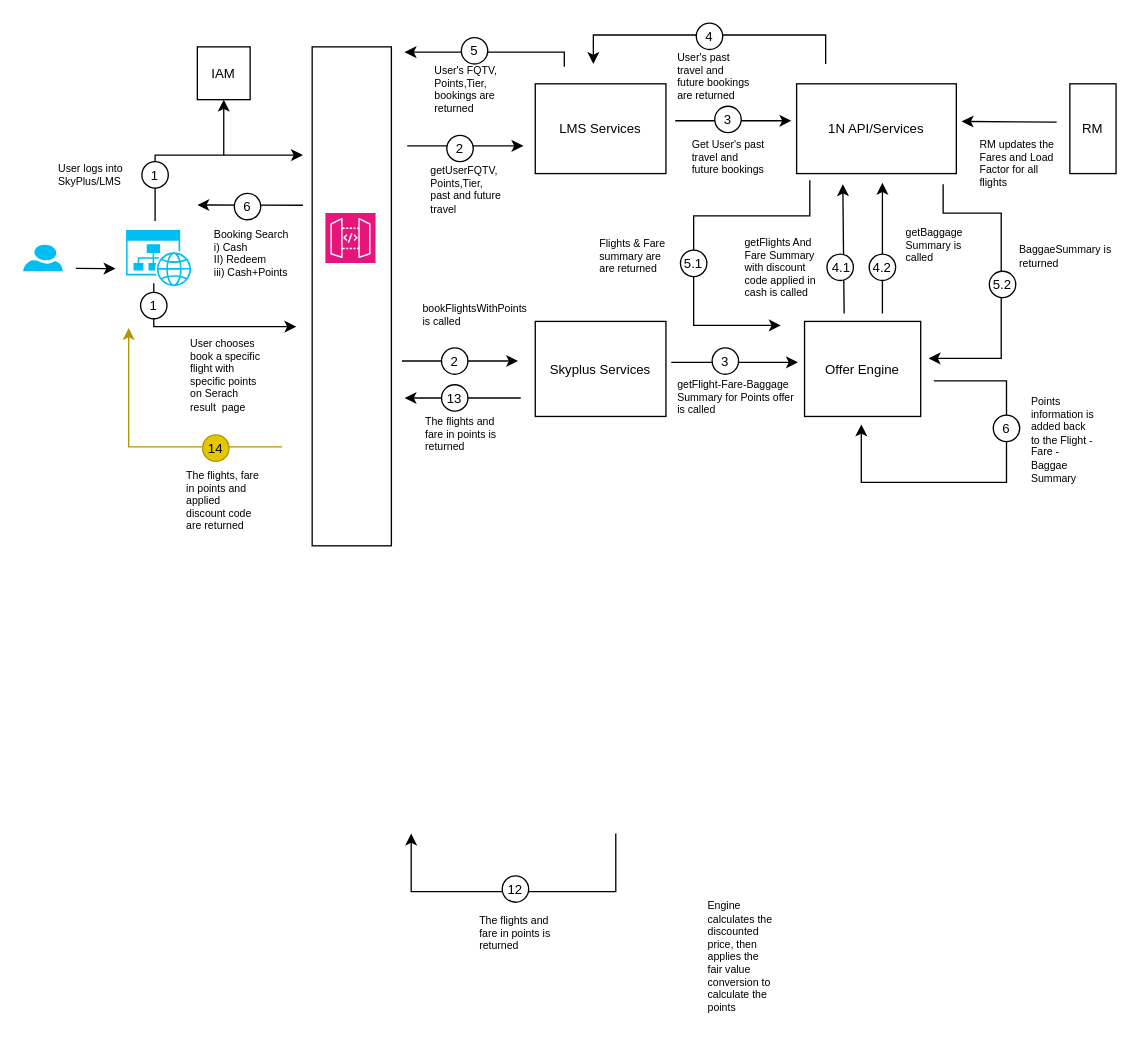
Earlier version of the draw.io diagram page "Page-2" (2 of 2) of Copy of LM Data Flow.drawio (nchauhan4/drawings). Source tidied: cells renumbered, new cells numbered last; positions are measured from the earlier drawing's top-left corner, leaving out a move shared by most shapes. Both pictures are drawn from the tidied source at 132%, with x=0, y=0 at pixel (22, 22).
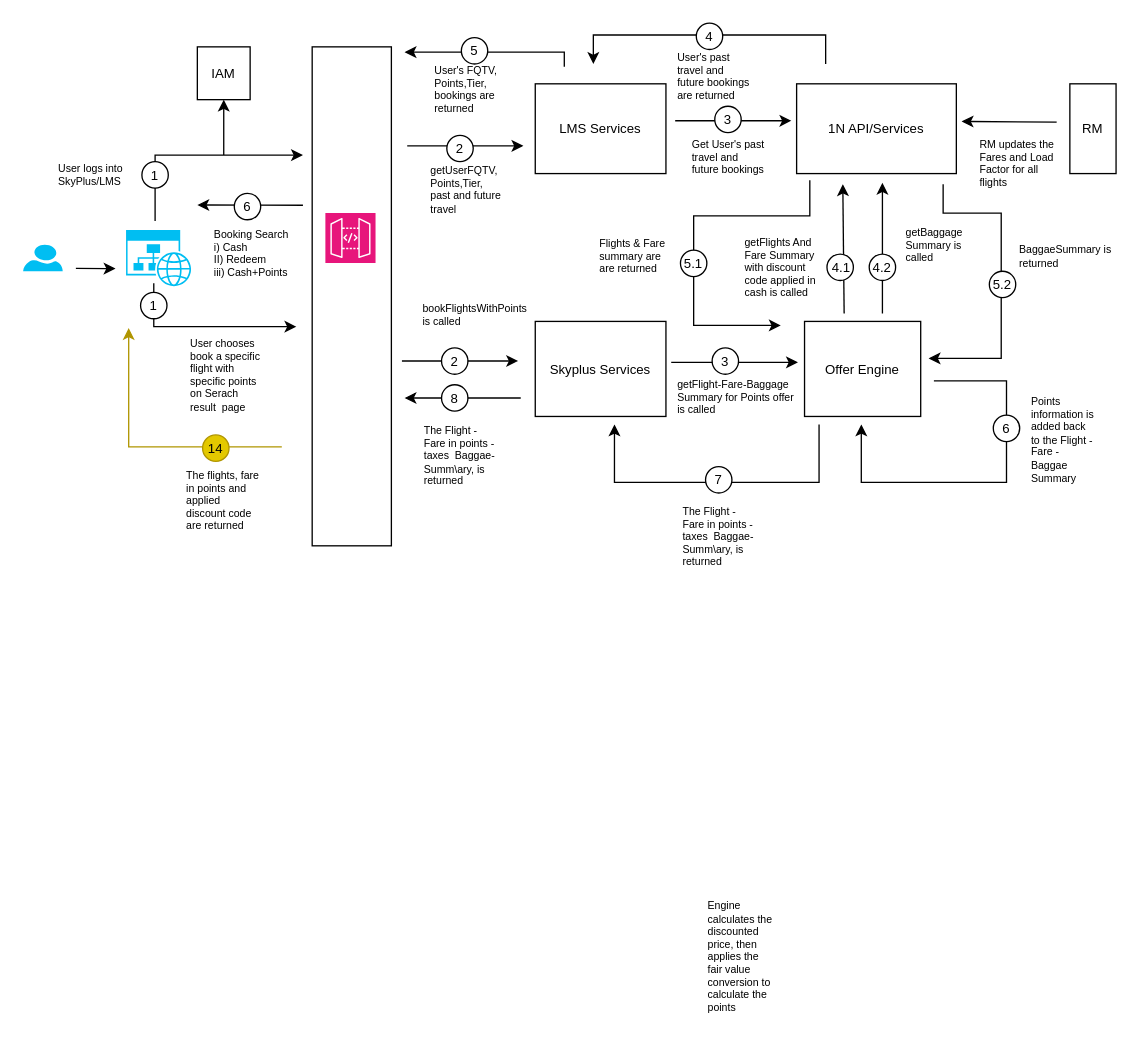
The same diagram, later.

The edit, as a diff of the source:
```diff
@@
     <mxCell id="69" style="endArrow=classic;html=1;rounded=0;" parent="1" edge="1">
       <mxGeometry relative="1" as="geometry">
-        <mxPoint x="449" y="614" as="sourcePoint" />
-        <mxPoint x="294" y="614" as="targetPoint" />
+        <mxPoint x="603" y="304" as="sourcePoint" />
+        <mxPoint x="448" y="304" as="targetPoint" />
         <Array as="points">
-          <mxPoint x="449" y="658" />
-          <mxPoint x="294" y="658" />
+          <mxPoint x="603" y="348" />
+          <mxPoint x="448" y="348" />
         </Array>
       </mxGeometry>
     </mxCell>
     <mxCell id="70" style="ellipse;whiteSpace=wrap;html=1;" parent="1" vertex="1">
-      <mxGeometry x="363" y="646" width="20" height="20" as="geometry" />
+      <mxGeometry x="517" y="336" width="20" height="20" as="geometry" />
     </mxCell>
-    <mxCell id="71" value="&lt;font style=&quot;font-size: 10px;&quot;&gt;12&lt;/font&gt;" style="text;html=1;strokeColor=none;fillColor=none;align=center;verticalAlign=middle;whiteSpace=wrap;rounded=0;" parent="1" vertex="1">
-      <mxGeometry x="358" y="646" width="30" height="20" as="geometry" />
+    <mxCell id="71" value="&lt;font style=&quot;font-size: 10px;&quot;&gt;7&lt;/font&gt;" style="text;html=1;strokeColor=none;fillColor=none;align=center;verticalAlign=middle;whiteSpace=wrap;rounded=0;" parent="1" vertex="1">
+      <mxGeometry x="512" y="336" width="30" height="20" as="geometry" />
     </mxCell>
-    <mxCell id="72" value="The flights and fare in points is returned" style="text;html=1;strokeColor=none;fillColor=none;align=left;verticalAlign=top;whiteSpace=wrap;rounded=0;fontSize=8;" parent="1" vertex="1">
-      <mxGeometry x="343.8" y="669" width="58.5" height="33" as="geometry" />
+    <mxCell id="72" value="The Flight - Fare in points - taxes&amp;nbsp; Baggae-Summ\ary, is returned" style="text;html=1;strokeColor=none;fillColor=none;align=left;verticalAlign=top;whiteSpace=wrap;rounded=0;fontSize=8;" parent="1" vertex="1">
+      <mxGeometry x="497.8" y="359" width="58.5" height="81" as="geometry" />
     </mxCell>
@@
-    <mxCell id="75" value="&lt;font style=&quot;font-size: 10px;&quot;&gt;13&lt;/font&gt;" style="text;html=1;strokeColor=none;fillColor=none;align=center;verticalAlign=middle;whiteSpace=wrap;rounded=0;" parent="1" vertex="1">
+    <mxCell id="75" value="&lt;font style=&quot;font-size: 10px;&quot;&gt;8&lt;/font&gt;" style="text;html=1;strokeColor=none;fillColor=none;align=center;verticalAlign=middle;whiteSpace=wrap;rounded=0;" parent="1" vertex="1">
       <mxGeometry x="312" y="274" width="30" height="20" as="geometry" />
     </mxCell>
-    <mxCell id="76" value="The flights and fare in points is returned" style="text;html=1;strokeColor=none;fillColor=none;align=left;verticalAlign=top;whiteSpace=wrap;rounded=0;fontSize=8;" parent="1" vertex="1">
-      <mxGeometry x="302.8" y="291" width="58.5" height="33" as="geometry" />
-    </mxCell>
@@
+    <mxCell id="84" value="The Flight - Fare in points - taxes&amp;nbsp; Baggae-Summ\ary, is returned" style="text;html=1;strokeColor=none;fillColor=none;align=left;verticalAlign=top;whiteSpace=wrap;rounded=0;fontSize=8;" parent="1" vertex="1">
+      <mxGeometry x="301.8" y="298" width="58.5" height="81" as="geometry" />
+    </mxCell>
```
